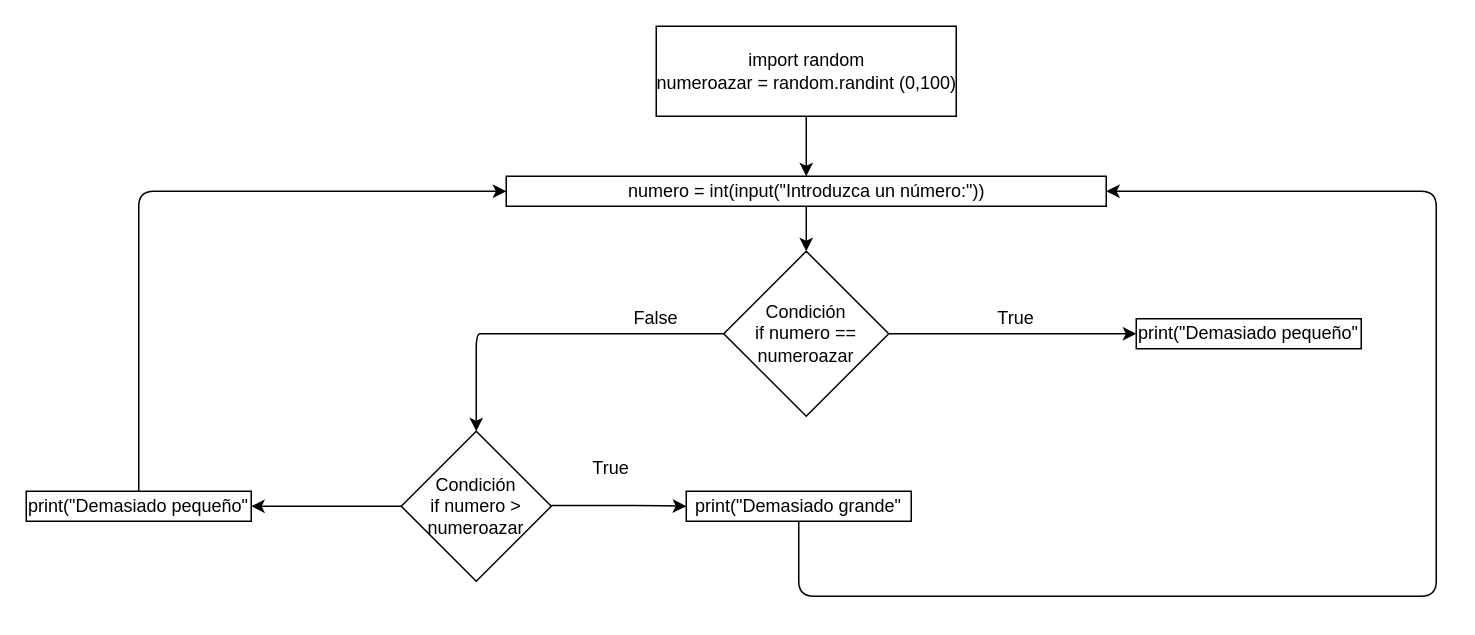
The draw.io diagram diagrama.drawio in mgonzalz/adivina_un_numero, before the edit. Source tidied: cells renumbered, new cells numbered last; positions are measured from the earlier drawing's top-left corner, leaving out a move shared by most shapes. Both pictures are drawn from the tidied source at 150%, with x=0, y=0 at pixel (26, 26).
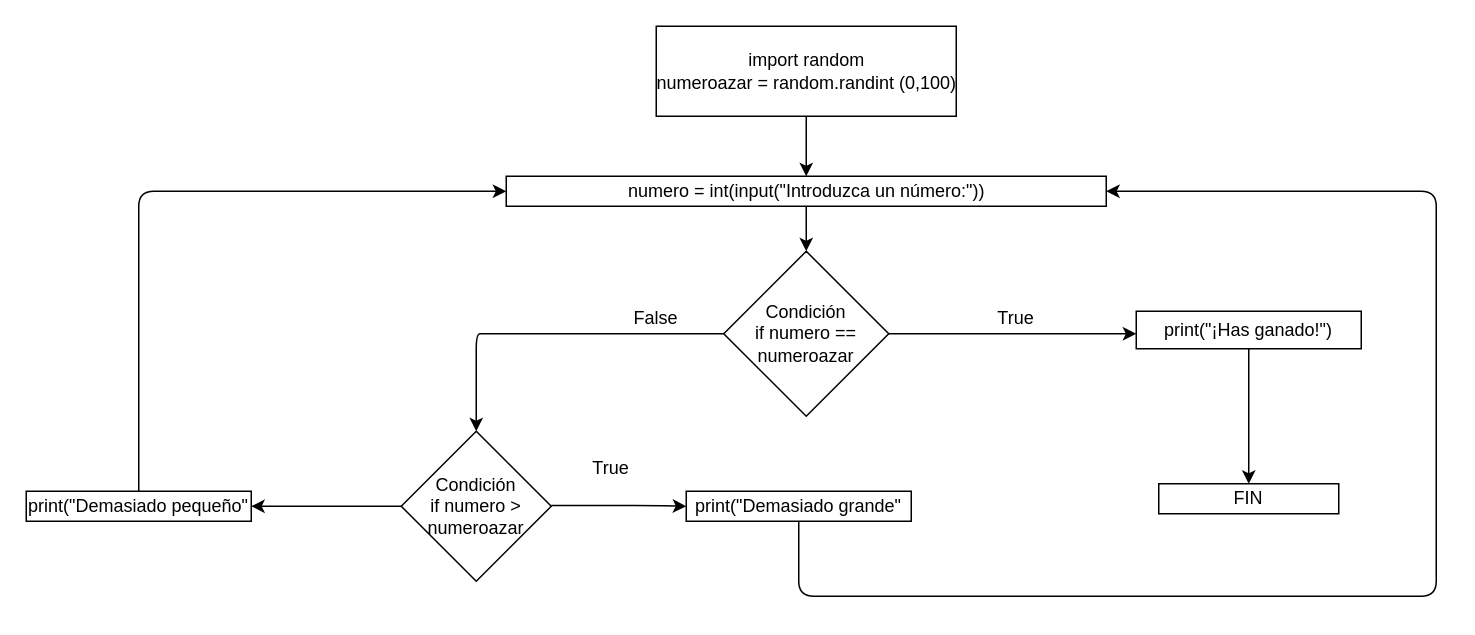
The same diagram, later.

Diff of the diagram source:
```diff
@@
+    <mxCell id="24" style="edgeStyle=none;html=1;" parent="1" edge="1" source="14" target="25">
+      <mxGeometry relative="1" as="geometry" />
+    </mxCell>
-    <mxCell id="14" value="print(&quot;Demasiado pequeño&quot;" style="rounded=0;whiteSpace=wrap;html=1;" parent="1" vertex="1">
-      <mxGeometry x="740" y="195" width="150" height="20" as="geometry" />
+    <mxCell id="14" value="&lt;span&gt;print(&quot;¡Has ganado!&quot;)&lt;/span&gt;" style="rounded=0;whiteSpace=wrap;html=1;" parent="1" vertex="1">
+      <mxGeometry x="740" y="190" width="150" height="25" as="geometry" />
     </mxCell>
@@
+    <mxCell id="25" value="FIN" style="rounded=0;whiteSpace=wrap;html=1;fontFamily=Helvetica;" parent="1" vertex="1">
+      <mxGeometry x="755" y="305" width="120" height="20" as="geometry" />
+    </mxCell>
```
